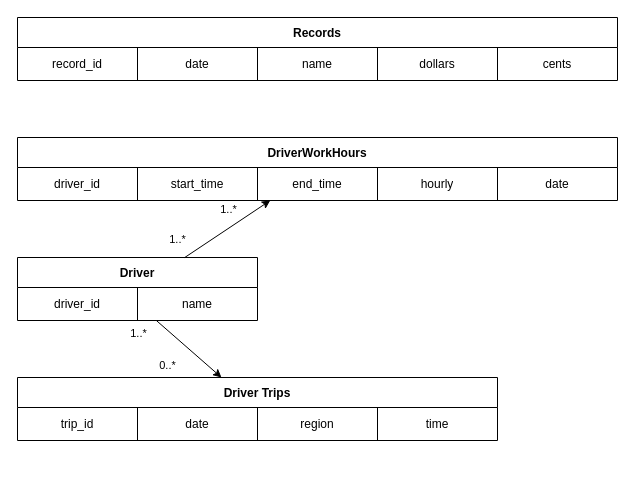
Josh-Ship/Shop-Managment keeps this draw.io diagram as Diagrams/database.drawio. Above is the earlier version. Source tidied: cells renumbered, new cells numbered last; positions are measured from the earlier drawing's top-left corner, leaving out a move shared by most shapes. Both pictures are drawn from the tidied source at 100%, with x=0, y=0 at pixel (17, 17).
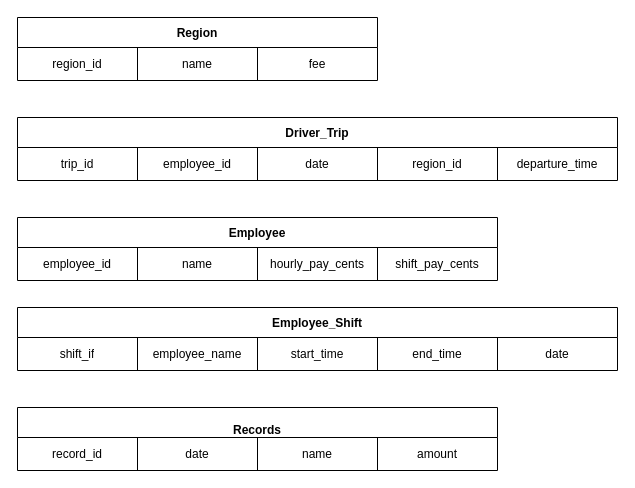
Above is the later version.

Unchanged cells that the change refers to:
```xml
<mxCell id="23" style="shape=tableRow;horizontal=0;startSize=0;swimlaneHead=0;swimlaneBody=0;top=0;left=0;bottom=0;right=0;fillColor=none;" parent="22" vertex="1">
  <mxGeometry y="30" width="600" height="33" as="geometry" />
</mxCell>
```

The edit, as a diff of the source:
```diff
@@
-    <mxCell id="2" value="Records" style="shape=table;startSize=30;childLayout=tableLayout;fontStyle=1;align=center;" parent="1" vertex="1">
-      <mxGeometry width="600" height="63" as="geometry" />
+    <mxCell id="2" value="&#10;Records" style="shape=table;startSize=30;childLayout=tableLayout;fontStyle=1;align=center;" parent="1" vertex="1">
+      <mxGeometry y="390" width="480" height="63" as="geometry" />
     </mxCell>
     <mxCell id="3" style="shape=tableRow;horizontal=0;startSize=0;swimlaneHead=0;swimlaneBody=0;top=0;left=0;bottom=0;right=0;fillColor=none;" parent="2" vertex="1">
-      <mxGeometry y="30" width="600" height="33" as="geometry" />
+      <mxGeometry y="30" width="480" height="33" as="geometry" />
     </mxCell>
@@
-    <mxCell id="7" value="dollars" style="shape=partialRectangle;html=1;whiteSpace=wrap;fillColor=none;top=0;left=0;bottom=0;right=0;overflow=hidden;" parent="3" vertex="1">
+    <mxCell id="7" value="amount" style="shape=partialRectangle;html=1;whiteSpace=wrap;fillColor=none;top=0;left=0;bottom=0;right=0;overflow=hidden;" parent="3" vertex="1">
       <mxGeometry x="360" width="120" height="33" as="geometry" />
     </mxCell>
-    <mxCell id="8" value="cents" style="shape=partialRectangle;html=1;whiteSpace=wrap;fillColor=none;top=0;left=0;bottom=0;right=0;overflow=hidden;" parent="3" vertex="1">
-      <mxGeometry x="480" width="120" height="33" as="geometry" />
-    </mxCell>
-    <mxCell id="9" value="Driver Trips" style="shape=table;startSize=30;childLayout=tableLayout;fontStyle=1;align=center;" parent="1" vertex="1">
-      <mxGeometry y="360" width="480" height="63" as="geometry" />
+    <mxCell id="9" value="Driver_Trip" style="shape=table;startSize=30;childLayout=tableLayout;fontStyle=1;align=center;" parent="1" vertex="1">
+      <mxGeometry y="100" width="600" height="63" as="geometry" />
     </mxCell>
     <mxCell id="10" style="shape=tableRow;horizontal=0;startSize=0;swimlaneHead=0;swimlaneBody=0;top=0;left=0;bottom=0;right=0;fillColor=none;" parent="9" vertex="1">
-      <mxGeometry y="30" width="480" height="33" as="geometry" />
+      <mxGeometry y="30" width="600" height="33" as="geometry" />
     </mxCell>
+    <mxCell id="32" value="trip_id" style="shape=partialRectangle;html=1;whiteSpace=wrap;fillColor=none;top=0;left=0;bottom=0;right=0;overflow=hidden;" parent="10" vertex="1">
+      <mxGeometry width="120" height="33" as="geometry" />
+    </mxCell>
-    <mxCell id="11" value="trip_id" style="shape=partialRectangle;html=1;whiteSpace=wrap;fillColor=none;top=0;left=0;bottom=0;right=0;overflow=hidden;" parent="10" vertex="1">
-      <mxGeometry width="120" height="33" as="geometry" />
+    <mxCell id="11" value="employee_id" style="shape=partialRectangle;html=1;whiteSpace=wrap;fillColor=none;top=0;left=0;bottom=0;right=0;overflow=hidden;" parent="10" vertex="1">
+      <mxGeometry x="120" width="120" height="33" as="geometry" />
     </mxCell>
     <mxCell id="12" value="date" style="shape=partialRectangle;html=1;whiteSpace=wrap;fillColor=none;top=0;left=0;bottom=0;right=0;overflow=hidden;" parent="10" vertex="1">
-      <mxGeometry x="120" width="120" height="33" as="geometry" />
+      <mxGeometry x="240" width="120" height="33" as="geometry" />
     </mxCell>
-    <mxCell id="13" value="region" style="shape=partialRectangle;html=1;whiteSpace=wrap;fillColor=none;top=0;left=0;bottom=0;right=0;overflow=hidden;" parent="10" vertex="1">
-      <mxGeometry x="240" width="120" height="33" as="geometry" />
+    <mxCell id="13" value="region_id" style="shape=partialRectangle;html=1;whiteSpace=wrap;fillColor=none;top=0;left=0;bottom=0;right=0;overflow=hidden;" parent="10" vertex="1">
+      <mxGeometry x="360" width="120" height="33" as="geometry" />
     </mxCell>
-    <mxCell id="14" value="time" style="shape=partialRectangle;html=1;whiteSpace=wrap;fillColor=none;top=0;left=0;bottom=0;right=0;overflow=hidden;" parent="10" vertex="1">
-      <mxGeometry x="360" width="120" height="33" as="geometry" />
+    <mxCell id="14" value="departure_time" style="shape=partialRectangle;html=1;whiteSpace=wrap;fillColor=none;top=0;left=0;bottom=0;right=0;overflow=hidden;" parent="10" vertex="1">
+      <mxGeometry x="480" width="120" height="33" as="geometry" />
     </mxCell>
-    <mxCell id="15" value="Driver" style="shape=table;startSize=30;childLayout=tableLayout;fontStyle=1;align=center;" parent="1" vertex="1">
-      <mxGeometry y="240" width="240" height="63" as="geometry" />
-    </mxCell>
-    <mxCell id="16" style="shape=tableRow;horizontal=0;startSize=0;swimlaneHead=0;swimlaneBody=0;top=0;left=0;bottom=0;right=0;fillColor=none;points=[[0,0.5],[1,0.5]];portConstraint=eastwest;" parent="15" vertex="1">
-      <mxGeometry y="30" width="240" height="33" as="geometry" />
-    </mxCell>
-    <mxCell id="17" value="driver_id" style="shape=partialRectangle;html=1;whiteSpace=wrap;fillColor=none;top=0;left=0;bottom=0;right=0;overflow=hidden;" parent="16" vertex="1">
-      <mxGeometry width="120" height="33" as="geometry" />
-    </mxCell>
-    <mxCell id="18" value="name" style="shape=partialRectangle;html=1;whiteSpace=wrap;fillColor=none;top=0;left=0;bottom=0;right=0;overflow=hidden;" parent="16" vertex="1">
-      <mxGeometry x="120" width="120" height="33" as="geometry" />
-    </mxCell>
-    <mxCell id="19" style="endArrow=classic;html=1;" parent="1" edge="1" source="16" target="9">
-      <mxGeometry relative="1" as="geometry" />
-    </mxCell>
-    <mxCell id="20" value="1..*" style="edgeLabel;html=1;align=center;verticalAlign=middle;" parent="19" vertex="1">
-      <mxGeometry x="-0.56" relative="1" as="geometry">
-        <mxPoint x="-33" as="offset" />
-      </mxGeometry>
-    </mxCell>
-    <mxCell id="21" value="0..*" style="edgeLabel;html=1;align=center;verticalAlign=middle;" parent="19" vertex="1">
-      <mxGeometry x="0.55" y="-1" relative="1" as="geometry">
-        <mxPoint x="-39" as="offset" />
-      </mxGeometry>
-    </mxCell>
-    <mxCell id="22" value="DriverWorkHours" style="shape=table;startSize=30;childLayout=tableLayout;fontStyle=1;align=center;" parent="1" vertex="1">
-      <mxGeometry y="120" width="600" height="63" as="geometry" />
+    <mxCell id="22" value="Employee_Shift" style="shape=table;startSize=30;childLayout=tableLayout;fontStyle=1;align=center;" parent="1" vertex="1">
+      <mxGeometry y="290" width="600" height="63" as="geometry" />
     </mxCell>
@@
+    <mxCell id="33" value="shift_if" style="shape=partialRectangle;html=1;whiteSpace=wrap;fillColor=none;top=0;left=0;bottom=0;right=0;overflow=hidden;" parent="23" vertex="1">
+      <mxGeometry width="120" height="33" as="geometry" />
+    </mxCell>
-    <mxCell id="24" value="driver_id" style="shape=partialRectangle;html=1;whiteSpace=wrap;fillColor=none;top=0;left=0;bottom=0;right=0;overflow=hidden;" parent="23" vertex="1">
-      <mxGeometry width="120" height="33" as="geometry" />
+    <mxCell id="24" value="employee_name" style="shape=partialRectangle;html=1;whiteSpace=wrap;fillColor=none;top=0;left=0;bottom=0;right=0;overflow=hidden;" parent="23" vertex="1">
+      <mxGeometry x="120" width="120" height="33" as="geometry" />
     </mxCell>
     <mxCell id="25" value="start_time" style="shape=partialRectangle;html=1;whiteSpace=wrap;fillColor=none;top=0;left=0;bottom=0;right=0;overflow=hidden;" parent="23" vertex="1">
-      <mxGeometry x="120" width="120" height="33" as="geometry" />
+      <mxGeometry x="240" width="120" height="33" as="geometry" />
     </mxCell>
     <mxCell id="26" value="end_time" style="shape=partialRectangle;html=1;whiteSpace=wrap;fillColor=none;top=0;left=0;bottom=0;right=0;overflow=hidden;" parent="23" vertex="1">
-      <mxGeometry x="240" width="120" height="33" as="geometry" />
+      <mxGeometry x="360" width="120" height="33" as="geometry" />
     </mxCell>
-    <mxCell id="27" value="hourly" style="shape=partialRectangle;html=1;whiteSpace=wrap;fillColor=none;top=0;left=0;bottom=0;right=0;overflow=hidden;" parent="23" vertex="1">
-      <mxGeometry x="360" width="120" height="33" as="geometry" />
+    <mxCell id="27" value="date" style="shape=partialRectangle;html=1;whiteSpace=wrap;fillColor=none;top=0;left=0;bottom=0;right=0;overflow=hidden;" parent="23" vertex="1">
+      <mxGeometry x="480" width="120" height="33" as="geometry" />
     </mxCell>
-    <mxCell id="28" value="date" style="shape=partialRectangle;html=1;whiteSpace=wrap;fillColor=none;top=0;left=0;bottom=0;right=0;overflow=hidden;" parent="23" vertex="1">
-      <mxGeometry x="480" width="120" height="33" as="geometry" />
-    </mxCell>
-    <mxCell id="29" style="endArrow=classic;html=1;" parent="1" edge="1" source="15" target="22">
-      <mxGeometry relative="1" as="geometry" />
-    </mxCell>
-    <mxCell id="30" value="1..*" style="edgeLabel;html=1;align=center;verticalAlign=middle;" parent="29" vertex="1">
-      <mxGeometry x="-0.43" y="3" relative="1" as="geometry">
-        <mxPoint x="-30" as="offset" />
-      </mxGeometry>
-    </mxCell>
-    <mxCell id="31" value="1..*" style="edgeLabel;html=1;align=center;verticalAlign=middle;" parent="29" vertex="1">
-      <mxGeometry x="0.64" y="2" relative="1" as="geometry">
-        <mxPoint x="-26" as="offset" />
-      </mxGeometry>
-    </mxCell>
+    <mxCell id="34" value="Employee" style="shape=table;startSize=30;childLayout=tableLayout;fontStyle=1;align=center;" parent="1" vertex="1">
+      <mxGeometry y="200" width="480" height="63" as="geometry" />
+    </mxCell>
+    <mxCell id="35" style="shape=tableRow;horizontal=0;startSize=0;swimlaneHead=0;swimlaneBody=0;top=0;left=0;bottom=0;right=0;fillColor=none;" parent="34" vertex="1">
+      <mxGeometry y="30" width="480" height="33" as="geometry" />
+    </mxCell>
+    <mxCell id="36" value="employee_id" style="shape=partialRectangle;html=1;whiteSpace=wrap;fillColor=none;top=0;left=0;bottom=0;right=0;overflow=hidden;" parent="35" vertex="1">
+      <mxGeometry width="120" height="33" as="geometry" />
+    </mxCell>
+    <mxCell id="37" value="name" style="shape=partialRectangle;html=1;whiteSpace=wrap;fillColor=none;top=0;left=0;bottom=0;right=0;overflow=hidden;" parent="35" vertex="1">
+      <mxGeometry x="120" width="120" height="33" as="geometry" />
+    </mxCell>
+    <mxCell id="38" value="hourly_pay_cents" style="shape=partialRectangle;html=1;whiteSpace=wrap;fillColor=none;top=0;left=0;bottom=0;right=0;overflow=hidden;" parent="35" vertex="1">
+      <mxGeometry x="240" width="120" height="33" as="geometry" />
+    </mxCell>
+    <mxCell id="39" value="shift_pay_cents" style="shape=partialRectangle;html=1;whiteSpace=wrap;fillColor=none;top=0;left=0;bottom=0;right=0;overflow=hidden;" parent="35" vertex="1">
+      <mxGeometry x="360" width="120" height="33" as="geometry" />
+    </mxCell>
+    <mxCell id="40" value="Region" style="shape=table;startSize=30;childLayout=tableLayout;fontStyle=1;align=center;" parent="1" vertex="1">
+      <mxGeometry width="360" height="63" as="geometry" />
+    </mxCell>
+    <mxCell id="41" style="shape=tableRow;horizontal=0;startSize=0;swimlaneHead=0;swimlaneBody=0;top=0;left=0;bottom=0;right=0;fillColor=none;" parent="40" vertex="1">
+      <mxGeometry y="30" width="360" height="33" as="geometry" />
+    </mxCell>
+    <mxCell id="42" value="region_id" style="shape=partialRectangle;html=1;whiteSpace=wrap;fillColor=none;top=0;left=0;bottom=0;right=0;overflow=hidden;" parent="41" vertex="1">
+      <mxGeometry width="120" height="33" as="geometry" />
+    </mxCell>
+    <mxCell id="43" value="name" style="shape=partialRectangle;html=1;whiteSpace=wrap;fillColor=none;top=0;left=0;bottom=0;right=0;overflow=hidden;" parent="41" vertex="1">
+      <mxGeometry x="120" width="120" height="33" as="geometry" />
+    </mxCell>
+    <mxCell id="44" value="fee" style="shape=partialRectangle;html=1;whiteSpace=wrap;fillColor=none;top=0;left=0;bottom=0;right=0;overflow=hidden;" parent="41" vertex="1">
+      <mxGeometry x="240" width="120" height="33" as="geometry" />
+    </mxCell>
```
